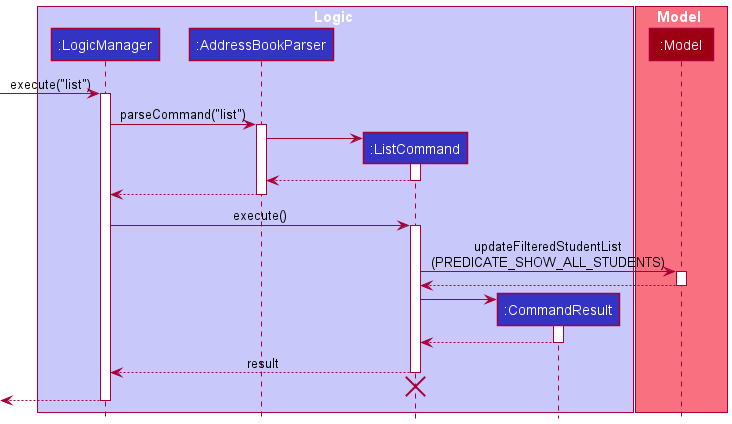
Above: docs/images/choonwei/ListSequenceDiagram.png in nus-cs2103-AY2021S2/tp (PlantUML), before the change.
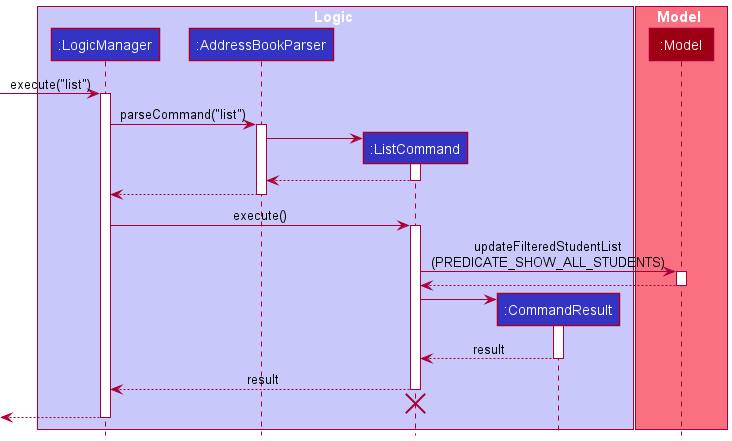
Later version of the same file.

Diff of the diagram source:
```diff
@@ -41,7 +41,7 @@
 ListCommand -> CommandResult
 activate CommandResult
 
-CommandResult --> ListCommand
+CommandResult --> ListCommand : result
 deactivate CommandResult
 
 ListCommand --> LogicManager : result
```
